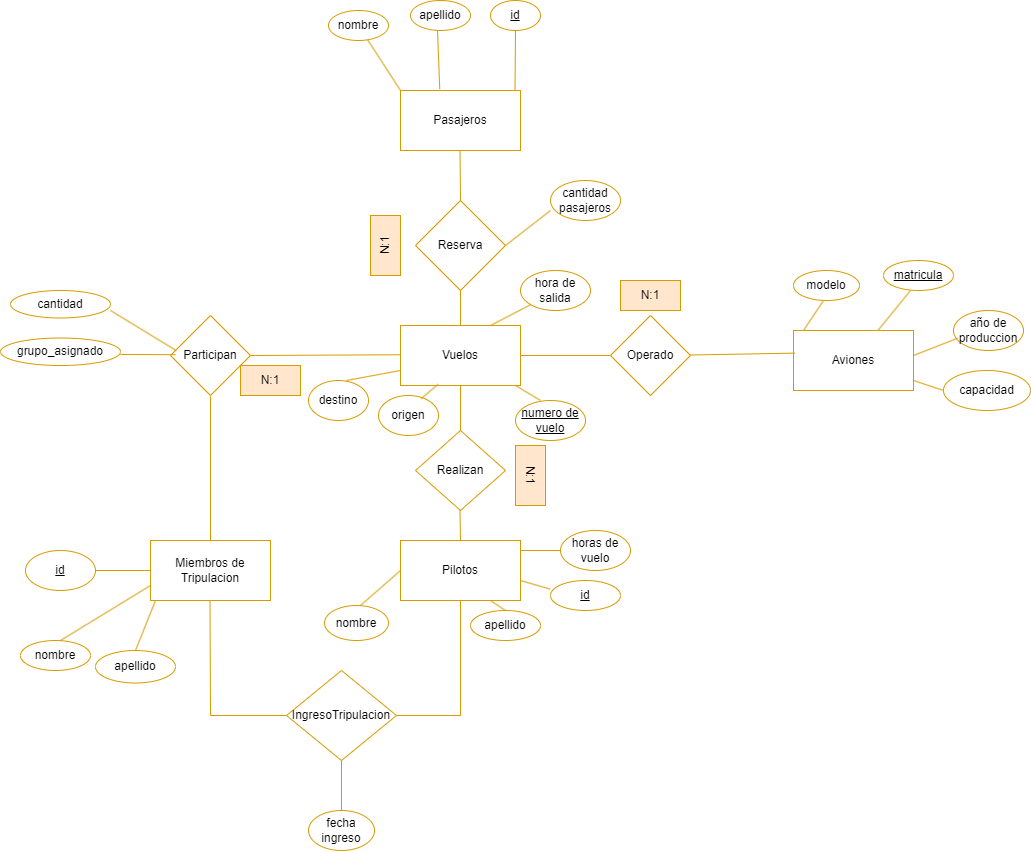
NoeAvalos/Base-de-datos-Compa-ia-aerea keeps this draw.io diagram as Diseño conceptual .drawio.png. Above is the earlier version. Source tidied: cells renumbered, new cells last; positions are measured from the earlier drawing's top-left corner, leaving out a move shared by most shapes.
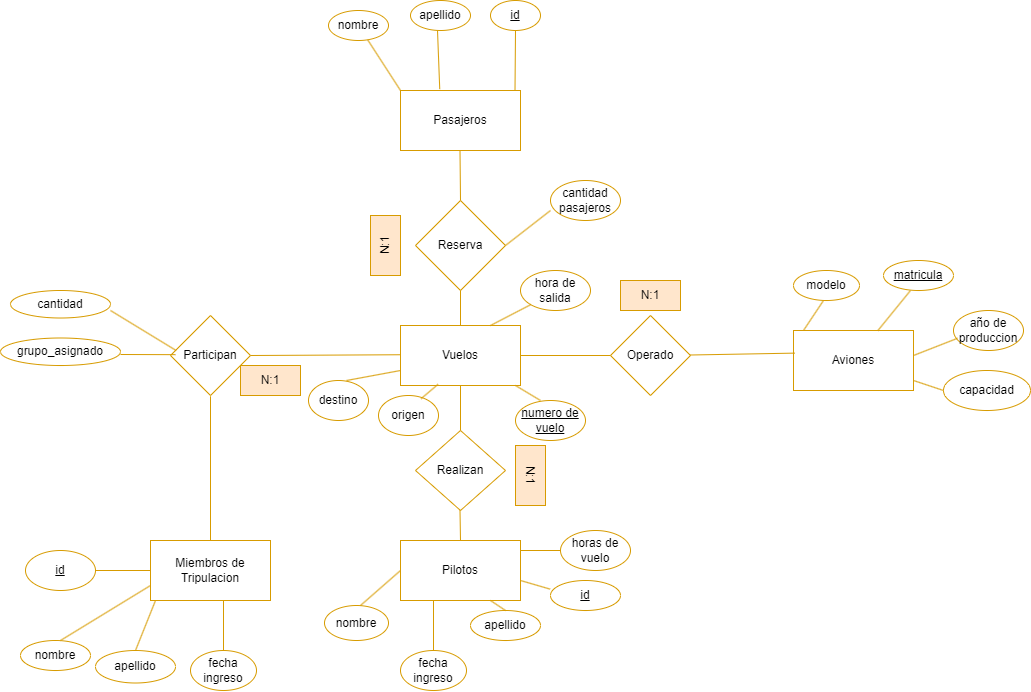
Later version of the same file.

The edit, as a diff of the source:
```diff
@@ -20,9 +20,6 @@
     <mxCell id="7" value="horas de vuelo" style="ellipse;whiteSpace=wrap;html=1;fillColor=none;strokeColor=#d79b00;" parent="1" vertex="1">
       <mxGeometry x="560" y="530" width="70" height="40" as="geometry" />
     </mxCell>
-    <mxCell id="8" value="fecha ingreso" style="ellipse;whiteSpace=wrap;html=1;fillColor=none;strokeColor=#d79b00;" parent="1" vertex="1">
-      <mxGeometry x="308" y="810" width="66" height="40" as="geometry" />
-    </mxCell>
     <mxCell id="9" value="numero de vuelo" style="ellipse;whiteSpace=wrap;html=1;fontStyle=4;fillColor=none;strokeColor=#d79b00;" parent="1" vertex="1">
       <mxGeometry x="515" y="400" width="70" height="40" as="geometry" />
     </mxCell>
@@ -60,9 +57,6 @@
     <mxCell id="18" value="Participan" style="rhombus;whiteSpace=wrap;html=1;fillColor=none;strokeColor=#d79b00;" parent="1" vertex="1">
       <mxGeometry x="170" y="315" width="80" height="80" as="geometry" />
     </mxCell>
-    <mxCell id="19" value="IngresoTripulacion" style="rhombus;whiteSpace=wrap;html=1;fillColor=none;strokeColor=#d79b00;" parent="1" vertex="1">
-      <mxGeometry x="286" y="670" width="110" height="90" as="geometry" />
-    </mxCell>
     <mxCell id="20" style="endArrow=none;html=1;rounded=0;entryX=0;entryY=0.5;entryDx=0;entryDy=0;exitX=1;exitY=0.5;exitDx=0;exitDy=0;fillColor=#ffe6cc;strokeColor=#d79b00;" parent="1" edge="1" source="22" target="2">
       <mxGeometry relative="1" as="geometry" />
     </mxCell>
@@ -221,24 +215,6 @@
         <mxPoint x="210" y="395.8" as="sourcePoint" />
       </mxGeometry>
     </mxCell>
-    <mxCell id="59" style="endArrow=none;html=1;rounded=0;exitX=1;exitY=0.5;exitDx=0;exitDy=0;entryX=0;entryY=0.5;entryDx=0;entryDy=0;fillColor=#ffe6cc;strokeColor=#d79b00;" parent="1" edge="1" target="19">
-      <mxGeometry relative="1" as="geometry">
-        <mxPoint x="209.5" y="600" as="sourcePoint" />
-        <Array as="points">
-          <mxPoint x="210" y="715" />
-        </Array>
-      </mxGeometry>
-    </mxCell>
-    <mxCell id="60" style="endArrow=none;html=1;rounded=0;exitX=0.5;exitY=1;exitDx=0;exitDy=0;entryX=1;entryY=0.5;entryDx=0;entryDy=0;fillColor=#ffe6cc;strokeColor=#d79b00;" parent="1" edge="1" source="3" target="19">
-      <mxGeometry relative="1" as="geometry">
-        <Array as="points">
-          <mxPoint x="460" y="715" />
-        </Array>
-      </mxGeometry>
-    </mxCell>
-    <mxCell id="61" style="endArrow=none;html=1;rounded=0;exitX=0.5;exitY=0;exitDx=0;exitDy=0;entryX=0.5;entryY=1;entryDx=0;entryDy=0;fillColor=#ffe6cc;strokeColor=#d79b00;" parent="1" edge="1" source="8" target="19">
-      <mxGeometry relative="1" as="geometry" />
-    </mxCell>
     <mxCell id="62" value="N:1" style="text;html=1;strokeColor=#d79b00;fillColor=#ffe6cc;align=center;verticalAlign=middle;whiteSpace=wrap;rounded=0;rotation=-90;direction=west;" parent="1" vertex="1">
       <mxGeometry x="355" y="230" width="60" height="30" as="geometry" />
     </mxCell>
@@ -269,5 +245,21 @@
         <mxPoint x="175.6" y="350" as="targetPoint" />
       </mxGeometry>
     </mxCell>
+    <mxCell id="70" style="endArrow=none;html=1;rounded=0;exitX=0.5;exitY=0;exitDx=0;exitDy=0;fillColor=#ffe6cc;strokeColor=#d79b00;" parent="1" edge="1" source="71">
+      <mxGeometry relative="1" as="geometry">
+        <mxPoint x="223" y="600" as="targetPoint" />
+      </mxGeometry>
+    </mxCell>
+    <mxCell id="71" value="fecha ingreso" style="ellipse;whiteSpace=wrap;html=1;fillColor=none;strokeColor=#d79b00;" parent="1" vertex="1">
+      <mxGeometry x="190" y="650" width="66" height="40" as="geometry" />
+    </mxCell>
+    <mxCell id="72" style="endArrow=none;html=1;rounded=0;exitX=0.5;exitY=0;exitDx=0;exitDy=0;fillColor=#ffe6cc;strokeColor=#d79b00;" parent="1" edge="1" source="73">
+      <mxGeometry relative="1" as="geometry">
+        <mxPoint x="433" y="600" as="targetPoint" />
+      </mxGeometry>
+    </mxCell>
+    <mxCell id="73" value="fecha ingreso" style="ellipse;whiteSpace=wrap;html=1;fillColor=none;strokeColor=#d79b00;" parent="1" vertex="1">
+      <mxGeometry x="400" y="650" width="66" height="40" as="geometry" />
+    </mxCell>
   </root>
 </mxGraphModel>
```
